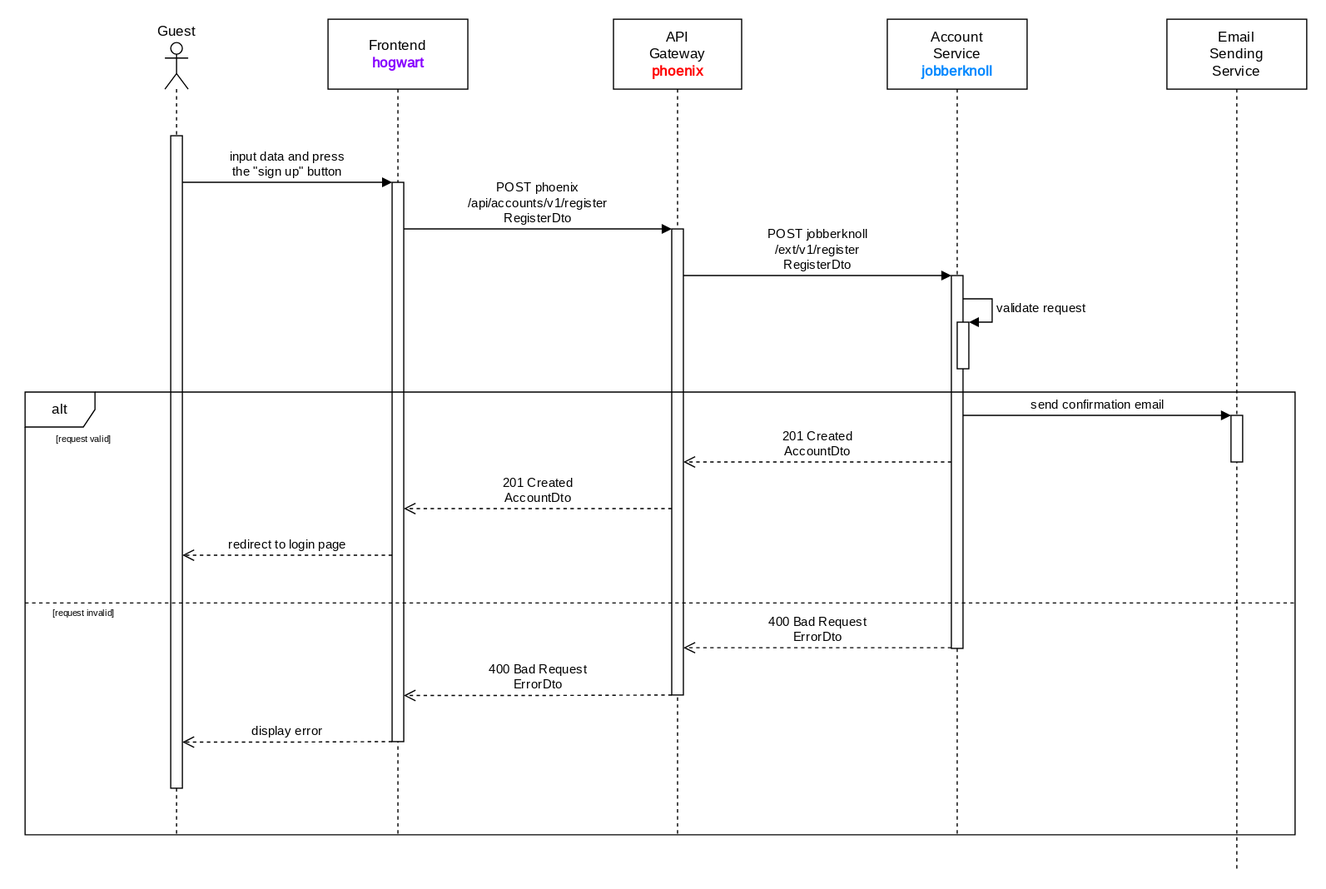
Above: documentation/course/e2/images/sequence-diagram-jobberknoll-register.drawio.svg in PWR-ACS-SE-24/SoftwareSystemDesign (draw.io), before the change. Source tidied: cells renumbered, new cells last; positions are measured from the earlier drawing's top-left corner, leaving out a move shared by most shapes.
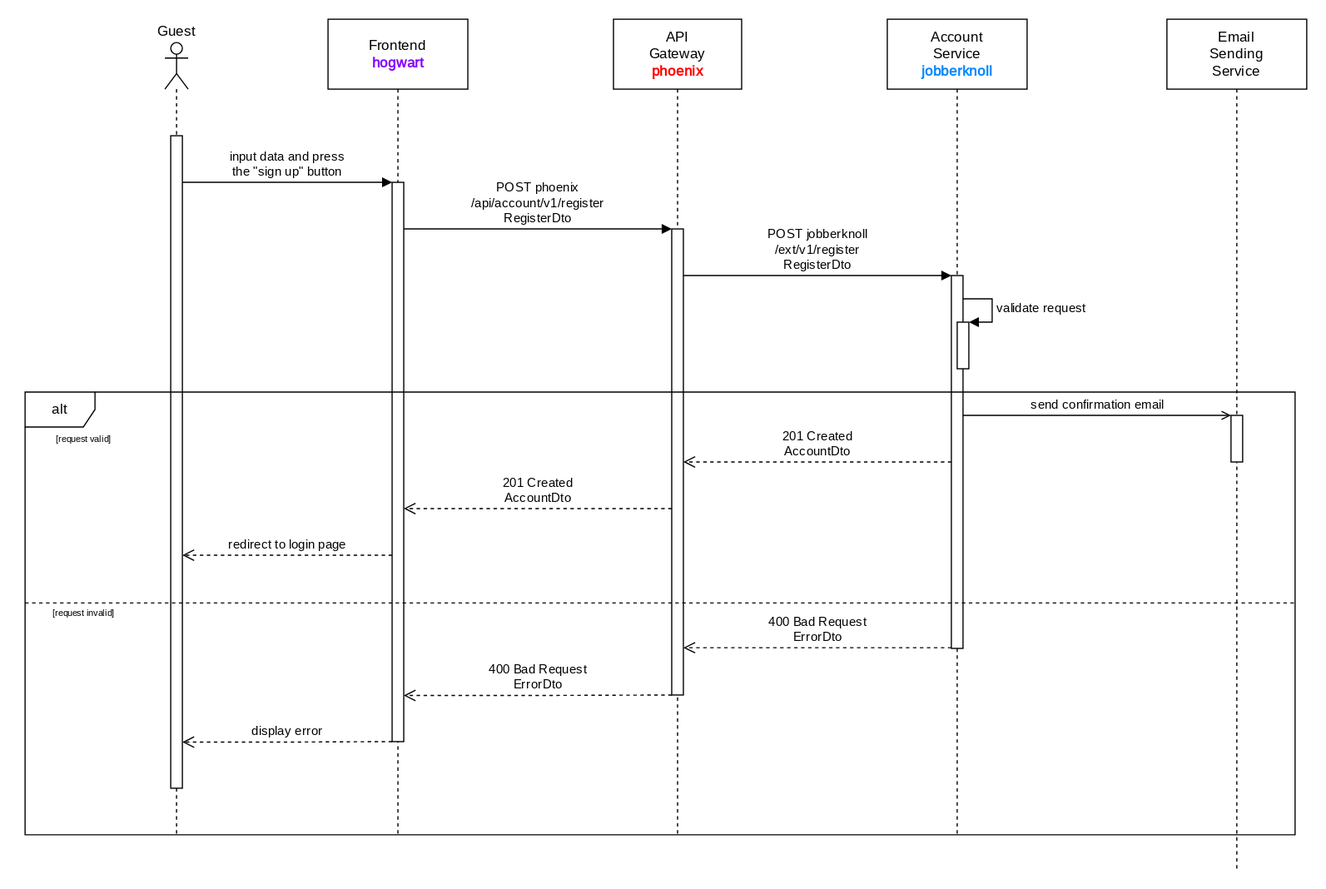
After the change.

What changed in the source:
```diff
@@ -25,7 +25,7 @@
     <mxCell id="7" style="html=1;points=[[0,0,0,0,5],[0,1,0,0,-5],[1,0,0,0,5],[1,1,0,0,-5]];perimeter=orthogonalPerimeter;outlineConnect=0;targetShapes=umlLifeline;portConstraint=eastwest;newEdgeStyle={&quot;curved&quot;:0,&quot;rounded&quot;:0};fontFamily=JetBrains Mono;fontSource=https%3A%2F%2Ffonts.googleapis.com%2Fcss%3Ffamily%3DJetBrains%2BMono;" parent="6" vertex="1">
       <mxGeometry x="50" y="180" width="10" height="400" as="geometry" />
     </mxCell>
-    <mxCell id="8" value="&lt;div&gt;&lt;font style=&quot;font-size: 11px;&quot;&gt;POST phoenix&lt;/font&gt;&lt;/div&gt;&lt;div&gt;&lt;font style=&quot;font-size: 11px;&quot;&gt;/api/accounts/v1/register&lt;/font&gt;&lt;/div&gt;RegisterDto" style="html=1;verticalAlign=bottom;endArrow=block;curved=0;rounded=0;fontFamily=JetBrains Mono;fontSource=https%3A%2F%2Ffonts.googleapis.com%2Fcss%3Ffamily%3DJetBrains%2BMono;" parent="1" edge="1" source="11" target="7">
+    <mxCell id="8" value="&lt;div&gt;&lt;font style=&quot;font-size: 11px;&quot;&gt;POST phoenix&lt;/font&gt;&lt;/div&gt;&lt;div&gt;&lt;font style=&quot;font-size: 11px;&quot;&gt;/api/account/v1/register&lt;/font&gt;&lt;/div&gt;RegisterDto" style="html=1;verticalAlign=bottom;endArrow=block;curved=0;rounded=0;fontFamily=JetBrains Mono;fontSource=https%3A%2F%2Ffonts.googleapis.com%2Fcss%3Ffamily%3DJetBrains%2BMono;" parent="1" edge="1" source="11" target="7">
       <mxGeometry relative="1" as="geometry">
         <Array as="points">
           <mxPoint x="445" y="180" />
@@ -67,7 +67,7 @@
     <mxCell id="17" style="html=1;points=[[0,0,0,0,5],[0,1,0,0,-5],[1,0,0,0,5],[1,1,0,0,-5]];perimeter=orthogonalPerimeter;outlineConnect=0;targetShapes=umlLifeline;portConstraint=eastwest;newEdgeStyle={&quot;curved&quot;:0,&quot;rounded&quot;:0};fontFamily=JetBrains Mono;fontSource=https%3A%2F%2Ffonts.googleapis.com%2Fcss%3Ffamily%3DJetBrains%2BMono;" parent="16" vertex="1">
       <mxGeometry x="55" y="340" width="10" height="40" as="geometry" />
     </mxCell>
-    <mxCell id="18" value="send confirmation email" style="html=1;verticalAlign=bottom;endArrow=block;curved=0;rounded=0;fontFamily=JetBrains Mono;fontSource=https%3A%2F%2Ffonts.googleapis.com%2Fcss%3Ffamily%3DJetBrains%2BMono;" parent="1" edge="1" source="3" target="17">
+    <mxCell id="18" value="send confirmation email" style="html=1;verticalAlign=bottom;endArrow=open;curved=0;rounded=0;fontFamily=JetBrains Mono;fontSource=https%3A%2F%2Ffonts.googleapis.com%2Fcss%3Ffamily%3DJetBrains%2BMono;endFill=0;" parent="1" edge="1" source="3" target="17">
       <mxGeometry relative="1" as="geometry">
         <Array as="points">
           <mxPoint x="965" y="340" />
```
